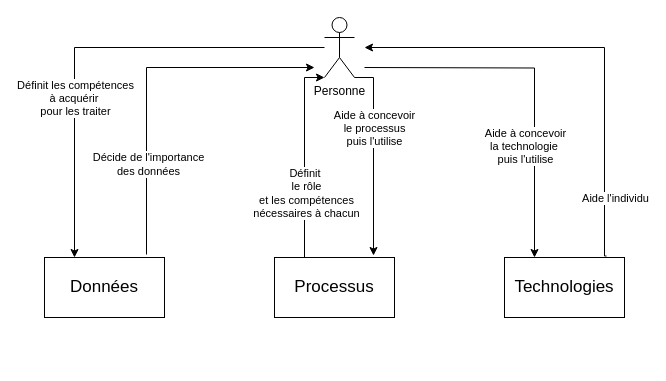
The draw.io diagram Relation individu-données-technologies.drawio in Fabrice-64/Drawings, before the edit. Source tidied: cells renumbered, new cells numbered last; positions are measured from the earlier drawing's top-left corner, leaving out a move shared by most shapes. Both pictures are drawn from the tidied source at 100%, with x=0, y=0 at pixel (44, 17).
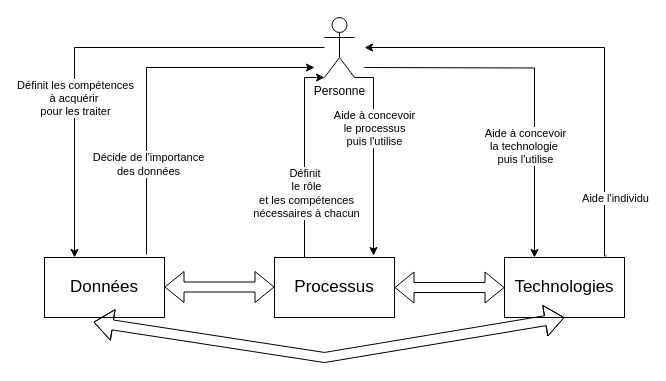
The same diagram, later.

Commit message:
Insertion relation données, processus, techno et personnes

The change refers to these unchanged cells:
```xml
<mxCell id="5" value="Données" style="whiteSpace=wrap;html=1;verticalAlign=middle;fontSize=17;" parent="1" vertex="1">
  <mxGeometry y="240" width="120" height="60" as="geometry" />
</mxCell>
<mxCell id="10" value="Technologies" style="whiteSpace=wrap;html=1;verticalAlign=middle;fontSize=17;" parent="1" vertex="1">
  <mxGeometry x="460" y="240" width="120" height="60" as="geometry" />
</mxCell>
```

The edit, as a diff of the source:
```diff
@@
+    <mxCell id="18" style="shape=flexArrow;endArrow=classic;startArrow=classic;html=1;rounded=0;entryX=0;entryY=0.5;entryDx=0;entryDy=0;" parent="1" edge="1" target="10">
+      <mxGeometry relative="1" as="geometry">
+        <mxPoint x="350" y="270" as="sourcePoint" />
+      </mxGeometry>
+    </mxCell>
+    <mxCell id="19" style="shape=flexArrow;endArrow=classic;startArrow=classic;html=1;rounded=0;entryX=0;entryY=0.5;entryDx=0;entryDy=0;" parent="1" edge="1">
+      <mxGeometry relative="1" as="geometry">
+        <mxPoint x="120" y="269.5" as="sourcePoint" />
+        <mxPoint x="230" y="269.5" as="targetPoint" />
+      </mxGeometry>
+    </mxCell>
+    <mxCell id="20" style="shape=flexArrow;endArrow=classic;startArrow=classic;html=1;rounded=0;exitX=0.408;exitY=1.075;exitDx=0;exitDy=0;exitPerimeter=0;entryX=0.5;entryY=1;entryDx=0;entryDy=0;" parent="1" edge="1" source="5" target="10">
+      <mxGeometry relative="1" as="geometry">
+        <Array as="points">
+          <mxPoint x="280" y="340" />
+        </Array>
+      </mxGeometry>
+    </mxCell>
```
